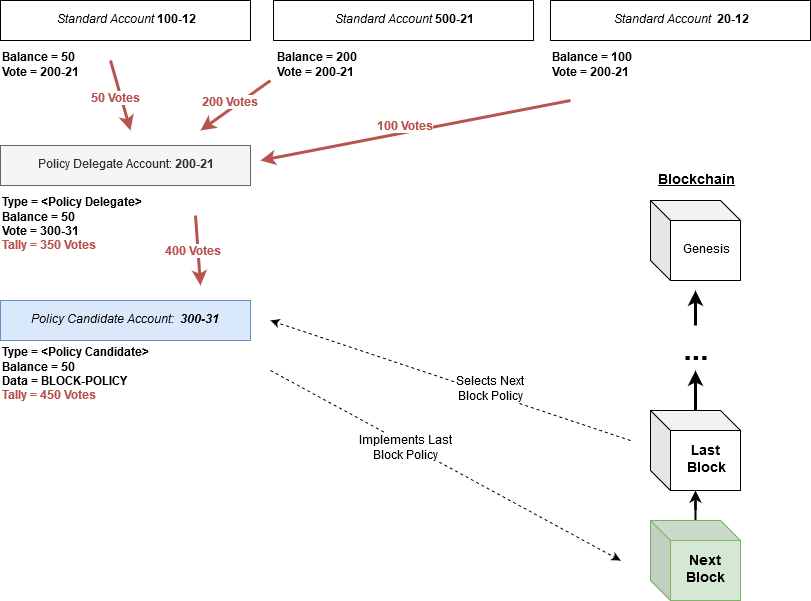
The draw.io diagram PIP/resources/PIP-0035/Layer-1-Voting.png in PascalCoinDev/PascalCoin, before a commit. Source tidied: cells renumbered, new cells last; positions are measured from the earlier drawing's top-left corner, leaving out a move shared by most shapes.
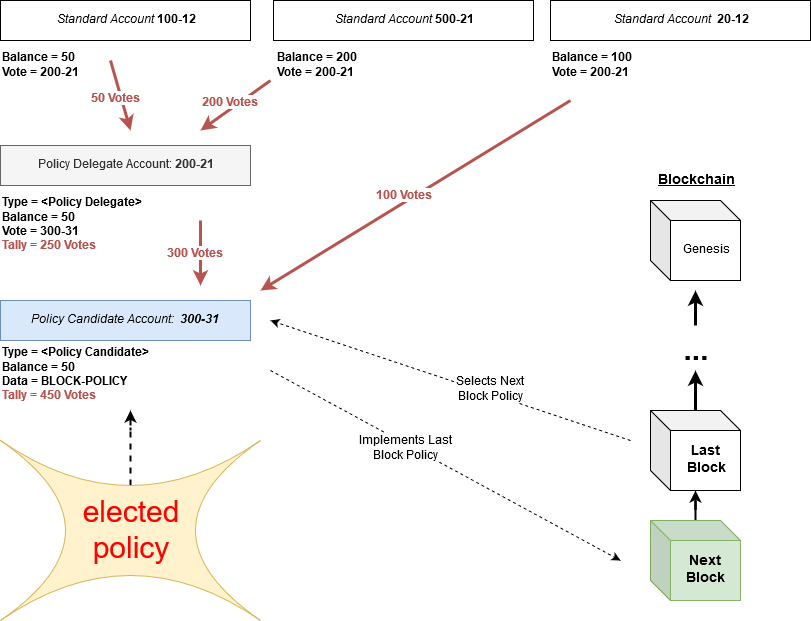
The same file after the commit.

The edit, as a diff of the source:
```diff
@@ -26,7 +26,7 @@
     <mxCell id="9" value="&lt;div&gt;Balance = 100&lt;/div&gt;&lt;div align=&quot;left&quot;&gt;Vote = 200-21&lt;br&gt;&lt;/div&gt;" style="text;html=1;strokeColor=none;fillColor=none;align=left;verticalAlign=middle;whiteSpace=wrap;rounded=0;fontStyle=1;" parent="1" vertex="1">
       <mxGeometry x="550" y="40" width="100" height="50" as="geometry" />
     </mxCell>
-    <mxCell id="10" value="&lt;div&gt;Type = &amp;lt;Policy Delegate&amp;gt;&lt;br&gt;&lt;/div&gt;&lt;div&gt;Balance = 50&lt;/div&gt;&lt;div align=&quot;left&quot;&gt;Vote = 300-31&lt;br&gt;&lt;font color=&quot;#B85450&quot;&gt;Tally = 350 Votes&lt;/font&gt;&lt;br&gt;&lt;/div&gt;" style="text;html=1;strokeColor=none;fillColor=none;align=left;verticalAlign=middle;whiteSpace=wrap;rounded=0;fontStyle=1;" parent="1" vertex="1">
+    <mxCell id="10" value="&lt;div&gt;Type = &amp;lt;Policy Delegate&amp;gt;&lt;br&gt;&lt;/div&gt;&lt;div&gt;Balance = 50&lt;/div&gt;&lt;div align=&quot;left&quot;&gt;Vote = 300-31&lt;br&gt;&lt;font color=&quot;#B85450&quot;&gt;Tally = 250 Votes&lt;/font&gt;&lt;br&gt;&lt;/div&gt;" style="text;html=1;strokeColor=none;fillColor=none;align=left;verticalAlign=middle;whiteSpace=wrap;rounded=0;fontStyle=1;" parent="1" vertex="1">
       <mxGeometry y="200" width="195" height="50" as="geometry" />
     </mxCell>
     <mxCell id="11" value="&lt;div&gt;Type = &amp;lt;Policy Candidate&amp;gt;&lt;br&gt;&lt;/div&gt;&lt;div&gt;Balance = 50&lt;/div&gt;&lt;div align=&quot;left&quot;&gt;Data = BLOCK-POLICY&lt;br&gt;&lt;font color=&quot;#B85450&quot;&gt;Tally = 450 Votes&lt;/font&gt;&lt;/div&gt;" style="text;html=1;strokeColor=none;fillColor=none;align=left;verticalAlign=middle;whiteSpace=wrap;rounded=0;fontStyle=1;" parent="1" vertex="1">
@@ -47,12 +47,12 @@
     <mxCell id="14" value="100 Votes" style="endArrow=classic;html=1;fillColor=#f8cecc;strokeColor=#B85450;fontColor=#B85450;fontSize=12;strokeWidth=3;fontStyle=1;" parent="1" edge="1">
       <mxGeometry x="0.06" y="-5" relative="1" as="geometry">
         <mxPoint x="570" y="100" as="sourcePoint" />
-        <mxPoint x="260" y="160" as="targetPoint" />
+        <mxPoint x="260" y="290" as="targetPoint" />
       </mxGeometry>
     </mxCell>
-    <mxCell id="15" value="400 Votes" style="endArrow=classic;html=1;fillColor=#f8cecc;strokeColor=#B85450;fontColor=#B85450;fontSize=12;strokeWidth=3;fontStyle=1;" parent="1" edge="1">
+    <mxCell id="15" value="300 Votes" style="endArrow=classic;html=1;fillColor=#f8cecc;strokeColor=#B85450;fontColor=#B85450;fontSize=12;strokeWidth=3;fontStyle=1;" parent="1" edge="1">
       <mxGeometry x="0.06" y="-5" relative="1" as="geometry">
-        <mxPoint x="195" y="215" as="sourcePoint" />
+        <mxPoint x="200" y="220" as="sourcePoint" />
         <mxPoint x="200" y="285" as="targetPoint" />
       </mxGeometry>
     </mxCell>
@@ -112,5 +112,13 @@
         </Array>
       </mxGeometry>
     </mxCell>
+    <mxCell id="28" style="edgeStyle=orthogonalEdgeStyle;rounded=0;jettySize=auto;html=1;dashed=1;strokeColor=#000000;strokeWidth=2;fontSize=30;fontColor=#FF0000;exitX=0.5;exitY=0.25;exitDx=0;exitDy=0;exitPerimeter=0;" parent="1" edge="1" source="29">
+      <mxGeometry relative="1" as="geometry">
+        <mxPoint x="130" y="410" as="targetPoint" />
+      </mxGeometry>
+    </mxCell>
+    <mxCell id="29" value="&lt;div&gt;elected&lt;/div&gt;&lt;div&gt;policy&lt;br&gt;&lt;/div&gt;" style="shape=switch;whiteSpace=wrap;html=1;fontSize=30;align=center;fillColor=#fff2cc;strokeColor=#d6b656;fontColor=#FF0000;" parent="1" vertex="1">
+      <mxGeometry y="440" width="260" height="180" as="geometry" />
+    </mxCell>
   </root>
 </mxGraphModel>
```
